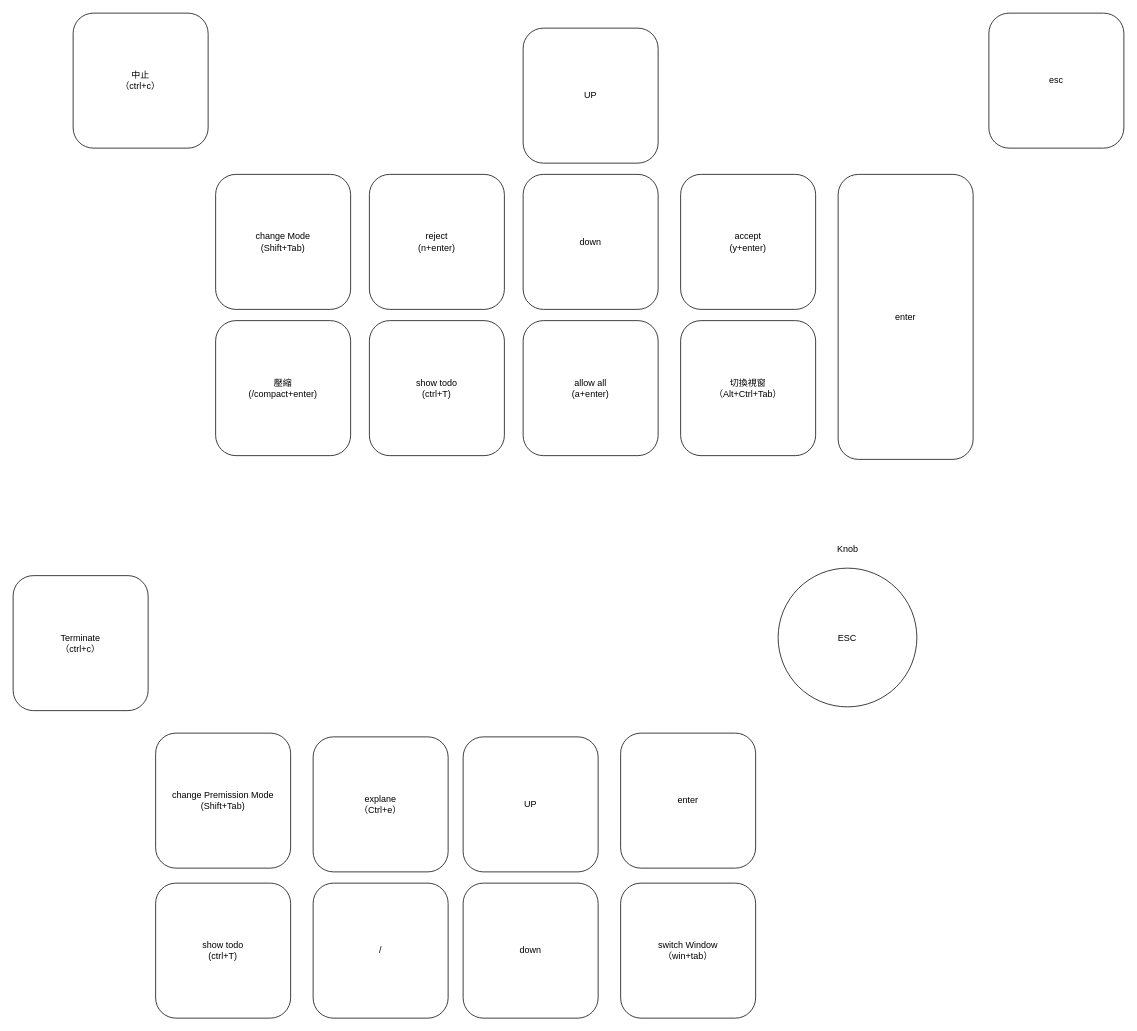
This is 按鈕佈局.drawio from pptl/claude_microPad, a draw.io file, before an edit. Source tidied: cells renumbered, new cells numbered last; positions are measured from the earlier drawing's top-left corner, leaving out a move shared by most shapes. Both pictures are drawn from the tidied source at 75%, with x=0, y=0 at pixel (13, 13).
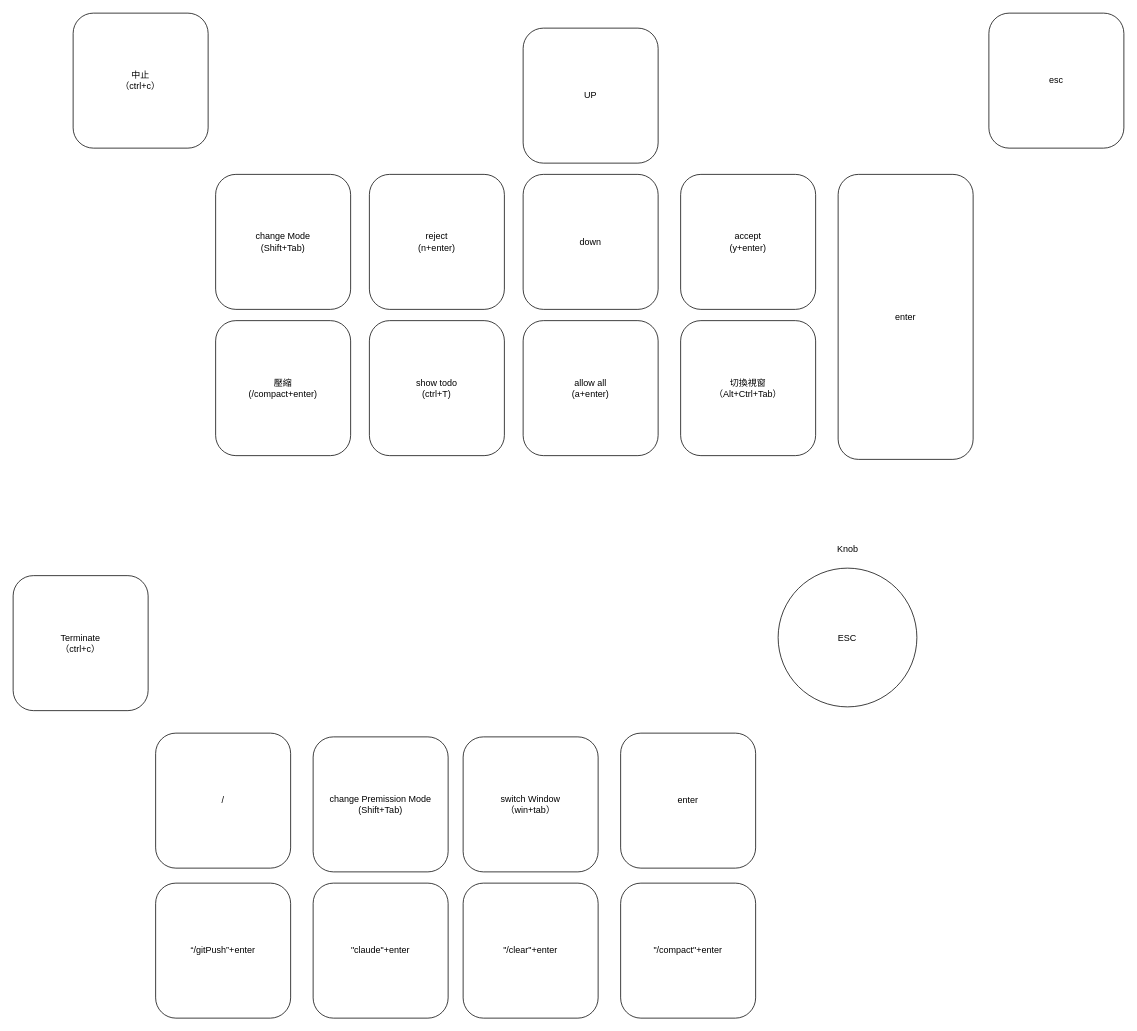
Above is the later version.

What changed in the source:
```diff
@@
-    <mxCell id="14" value="UP" style="rounded=1;whiteSpace=wrap;html=1;" parent="1" vertex="1">
+    <mxCell id="14" value="switch Window&lt;br&gt;&lt;span style=&quot;background-color: transparent; color: light-dark(rgb(0, 0, 0), rgb(255, 255, 255));&quot;&gt;（win+tab）&lt;/span&gt;" style="rounded=1;whiteSpace=wrap;html=1;" parent="1" vertex="1">
       <mxGeometry x="600" y="965" width="180" height="180" as="geometry" />
     </mxCell>
-    <mxCell id="15" value="change Premission Mode&lt;div&gt;(Shift+Tab)&lt;/div&gt;" style="rounded=1;whiteSpace=wrap;html=1;" parent="1" vertex="1">
+    <mxCell id="15" value="/" style="rounded=1;whiteSpace=wrap;html=1;" parent="1" vertex="1">
       <mxGeometry x="190" y="960" width="180" height="180" as="geometry" />
     </mxCell>
-    <mxCell id="16" value="/" style="rounded=1;whiteSpace=wrap;html=1;" parent="1" vertex="1">
+    <mxCell id="16" value="&quot;claude&quot;+enter" style="rounded=1;whiteSpace=wrap;html=1;" parent="1" vertex="1">
       <mxGeometry x="400" y="1160" width="180" height="180" as="geometry" />
     </mxCell>
-    <mxCell id="17" value="down" style="rounded=1;whiteSpace=wrap;html=1;" parent="1" vertex="1">
+    <mxCell id="17" value="&quot;/clear&quot;+enter" style="rounded=1;whiteSpace=wrap;html=1;" parent="1" vertex="1">
       <mxGeometry x="600" y="1160" width="180" height="180" as="geometry" />
     </mxCell>
-    <mxCell id="18" value="explane&lt;div&gt;（Ctrl+e）&lt;/div&gt;" style="rounded=1;whiteSpace=wrap;html=1;" parent="1" vertex="1">
+    <mxCell id="18" value="change Premission Mode&lt;div&gt;(Shift+Tab)&lt;/div&gt;" style="rounded=1;whiteSpace=wrap;html=1;" parent="1" vertex="1">
       <mxGeometry x="400" y="965" width="180" height="180" as="geometry" />
     </mxCell>
@@
-    <mxCell id="20" value="show todo&lt;div&gt;(ctrl+T)&lt;/div&gt;" style="rounded=1;whiteSpace=wrap;html=1;" parent="1" vertex="1">
+    <mxCell id="20" value="“/gitPush”+enter" style="rounded=1;whiteSpace=wrap;html=1;" parent="1" vertex="1">
       <mxGeometry x="190" y="1160" width="180" height="180" as="geometry" />
     </mxCell>
-    <mxCell id="21" value="switch Window&lt;div&gt;&lt;div&gt;（win+tab）&lt;/div&gt;&lt;/div&gt;" style="rounded=1;whiteSpace=wrap;html=1;" parent="1" vertex="1">
+    <mxCell id="21" value="&quot;/compact&quot;+enter" style="rounded=1;whiteSpace=wrap;html=1;" parent="1" vertex="1">
       <mxGeometry x="810" y="1160" width="180" height="180" as="geometry" />
     </mxCell>
```
